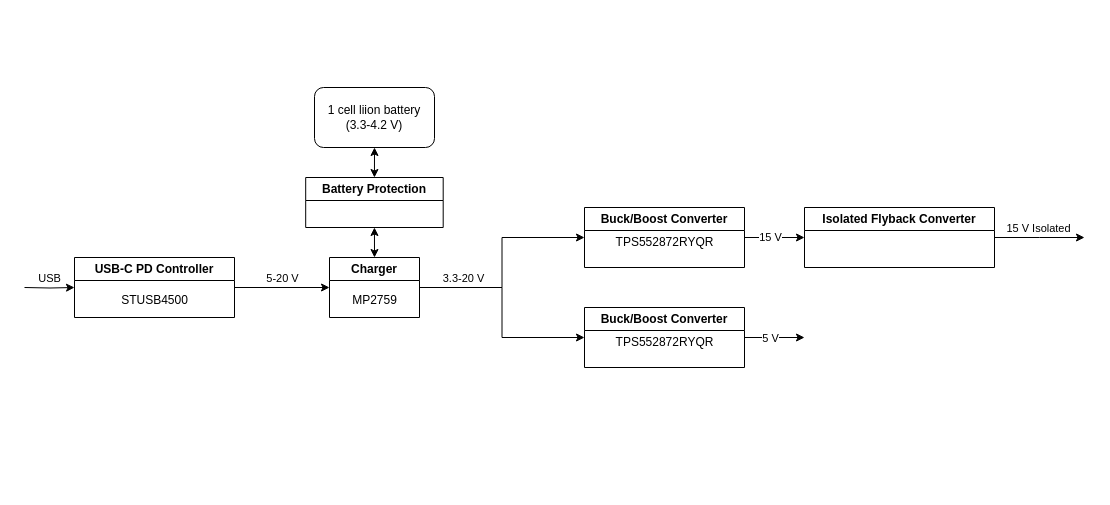
This is drawio/PSU.drawio from nicholasnloehrke/87s_research, a draw.io file, before an edit. Source tidied: cells renumbered, new cells numbered last; positions are measured from the earlier drawing's top-left corner, leaving out a move shared by most shapes. Both pictures are drawn from the tidied source at 100%, with x=0, y=0 at pixel (24, 87).
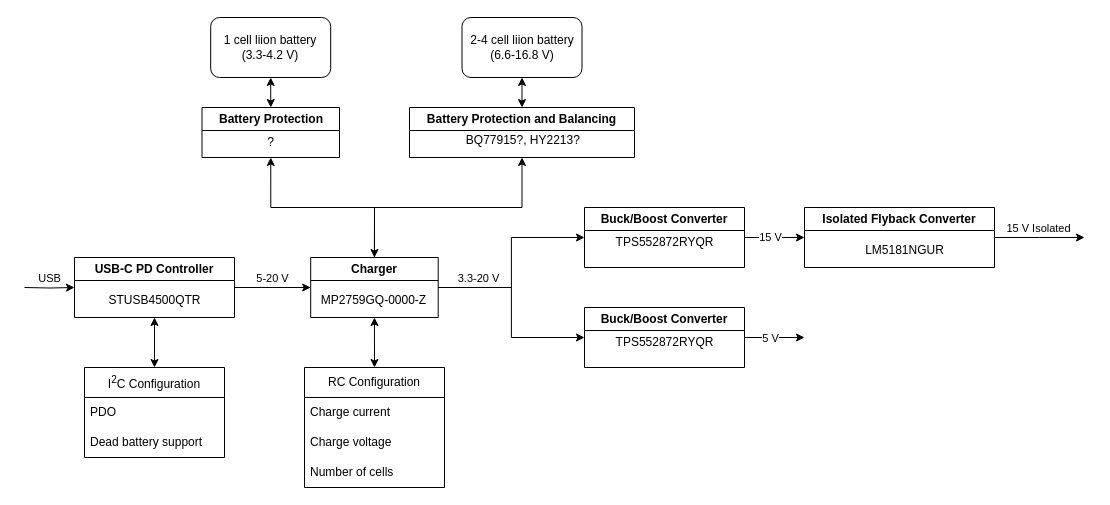
The same diagram, later.

Unchanged cells that the change refers to:
```xml
<mxCell id="6" value="USB-C PD Controller" style="swimlane;whiteSpace=wrap;html=1;" parent="1" vertex="1">
  <mxGeometry x="50" y="170" width="160" height="60" as="geometry" />
</mxCell>
```

The edit, as a diff of the source:
```diff
@@
-    <mxCell id="7" value="&lt;span style=&quot;text-wrap: wrap;&quot;&gt;STUSB4500&lt;/span&gt;" style="text;html=1;align=center;verticalAlign=middle;strokeColor=none;fillColor=none;" parent="6" vertex="1">
-      <mxGeometry x="35" y="28" width="90" height="30" as="geometry" />
+    <mxCell id="7" value="&lt;span style=&quot;text-wrap: wrap;&quot;&gt;STUSB4500QTR&lt;/span&gt;" style="text;html=1;align=center;verticalAlign=middle;strokeColor=none;fillColor=none;" parent="6" vertex="1">
+      <mxGeometry x="20" y="28" width="120" height="30" as="geometry" />
     </mxCell>
@@
+    <mxCell id="14" style="edgeStyle=orthogonalEdgeStyle;rounded=0;jettySize=auto;html=1;entryX=0.5;entryY=1;entryDx=0;entryDy=0;" parent="1" edge="1" source="11" target="13">
+      <mxGeometry relative="1" as="geometry" />
+    </mxCell>
+    <mxCell id="28" style="edgeStyle=orthogonalEdgeStyle;rounded=0;jettySize=auto;html=1;exitX=0.5;exitY=0;exitDx=0;exitDy=0;entryX=0.5;entryY=1;entryDx=0;entryDy=0;" parent="1" edge="1" source="11" target="30">
+      <mxGeometry relative="1" as="geometry" />
+    </mxCell>
     <mxCell id="11" value="Charger" style="swimlane;whiteSpace=wrap;html=1;" parent="1" vertex="1">
-      <mxGeometry x="305" y="170" width="90" height="60" as="geometry" />
+      <mxGeometry x="286.2" y="170" width="127.5" height="60" as="geometry" />
     </mxCell>
+    <mxCell id="27" value="MP2759GQ-0000-Z" style="text;html=1;align=center;verticalAlign=middle;strokeColor=none;fillColor=none;" parent="11" vertex="1">
+      <mxGeometry x="-2.5" y="28" width="130" height="30" as="geometry" />
+    </mxCell>
     <mxCell id="12" value="1 cell liion battery&lt;div&gt;(3.3-4.2 V)&lt;/div&gt;" style="rounded=1;whiteSpace=wrap;html=1;" parent="1" vertex="1">
-      <mxGeometry x="290" width="120" height="60" as="geometry" />
+      <mxGeometry x="186.2" y="-70" width="120" height="60" as="geometry" />
     </mxCell>
     <mxCell id="13" value="Battery Protection" style="swimlane;whiteSpace=wrap;html=1;" parent="1" vertex="1">
-      <mxGeometry x="281.2" y="90" width="137.5" height="50" as="geometry" />
+      <mxGeometry x="177.5" y="20" width="137.5" height="50" as="geometry" />
     </mxCell>
-    <mxCell id="14" style="endArrow=classic;startArrow=classic;html=1;rounded=0;entryX=0.5;entryY=1;entryDx=0;entryDy=0;exitX=0.5;exitY=0;exitDx=0;exitDy=0;" parent="1" edge="1" source="11" target="13">
-      <mxGeometry relative="1" as="geometry" />
-    </mxCell>
+    <mxCell id="29" value="?" style="text;html=1;align=center;verticalAlign=middle;strokeColor=none;fillColor=none;" parent="13" vertex="1">
+      <mxGeometry x="53.8" y="20" width="30" height="30" as="geometry" />
+    </mxCell>
@@
-    <mxCell id="27" value="MP2759" style="text;html=1;align=center;verticalAlign=middle;strokeColor=none;fillColor=none;" parent="1" vertex="1">
-      <mxGeometry x="315" y="198" width="70" height="30" as="geometry" />
-    </mxCell>
+    <mxCell id="30" value="Battery Protection and Balancing" style="swimlane;whiteSpace=wrap;html=1;" parent="1" vertex="1">
+      <mxGeometry x="385" y="20" width="225" height="50" as="geometry" />
+    </mxCell>
+    <mxCell id="31" value="2-4 cell liion battery&lt;div&gt;(6.6-16.8 V)&lt;/div&gt;" style="rounded=1;whiteSpace=wrap;html=1;" parent="1" vertex="1">
+      <mxGeometry x="437.5" y="-70" width="120" height="60" as="geometry" />
+    </mxCell>
+    <mxCell id="32" style="endArrow=classic;startArrow=classic;html=1;rounded=0;entryX=0.5;entryY=1;entryDx=0;entryDy=0;exitX=0.5;exitY=0;exitDx=0;exitDy=0;" parent="1" edge="1" source="30" target="31">
+      <mxGeometry relative="1" as="geometry" />
+    </mxCell>
+    <mxCell id="33" style="endArrow=classic;html=1;rounded=0;entryX=0.5;entryY=0;entryDx=0;entryDy=0;" parent="1" edge="1" target="11">
+      <mxGeometry relative="1" as="geometry">
+        <mxPoint x="350" y="120" as="sourcePoint" />
+      </mxGeometry>
+    </mxCell>
+    <mxCell id="34" style="endArrow=classic;startArrow=classic;html=1;rounded=0;entryX=0.5;entryY=1;entryDx=0;entryDy=0;" parent="1" edge="1" target="6">
+      <mxGeometry relative="1" as="geometry">
+        <mxPoint x="130" y="280" as="sourcePoint" />
+      </mxGeometry>
+    </mxCell>
+    <mxCell id="35" style="endArrow=classic;startArrow=classic;html=1;rounded=0;entryX=0.5;entryY=1;entryDx=0;entryDy=0;exitX=0.5;exitY=0;exitDx=0;exitDy=0;" parent="1" edge="1" source="36" target="11">
+      <mxGeometry relative="1" as="geometry" />
+    </mxCell>
+    <mxCell id="36" value="RC Configuration" style="swimlane;fontStyle=0;horizontal=1;startSize=30;whiteSpace=wrap;html=1;" parent="1" vertex="1">
+      <mxGeometry x="280" y="280" width="140" height="120" as="geometry" />
+    </mxCell>
+    <mxCell id="37" value="Charge current" style="text;strokeColor=none;fillColor=none;align=left;verticalAlign=middle;spacingLeft=4;spacingRight=4;overflow=hidden;whiteSpace=wrap;html=1;" parent="36" vertex="1">
+      <mxGeometry y="30" width="140" height="30" as="geometry" />
+    </mxCell>
+    <mxCell id="38" value="Charge voltage" style="text;strokeColor=none;fillColor=none;align=left;verticalAlign=middle;spacingLeft=4;spacingRight=4;overflow=hidden;whiteSpace=wrap;html=1;" parent="36" vertex="1">
+      <mxGeometry y="60" width="140" height="30" as="geometry" />
+    </mxCell>
+    <mxCell id="39" value="Number of cells" style="text;strokeColor=none;fillColor=none;align=left;verticalAlign=middle;spacingLeft=4;spacingRight=4;overflow=hidden;whiteSpace=wrap;html=1;" parent="36" vertex="1">
+      <mxGeometry y="90" width="140" height="30" as="geometry" />
+    </mxCell>
+    <mxCell id="40" value="I&lt;sup&gt;2&lt;/sup&gt;C Configuration" style="swimlane;fontStyle=0;horizontal=1;startSize=30;whiteSpace=wrap;html=1;" parent="1" vertex="1">
+      <mxGeometry x="60" y="280" width="140" height="90" as="geometry" />
+    </mxCell>
+    <mxCell id="41" value="PDO" style="text;strokeColor=none;fillColor=none;align=left;verticalAlign=middle;spacingLeft=4;spacingRight=4;overflow=hidden;whiteSpace=wrap;html=1;" parent="40" vertex="1">
+      <mxGeometry y="30" width="140" height="30" as="geometry" />
+    </mxCell>
+    <mxCell id="42" value="Dead battery support" style="text;strokeColor=none;fillColor=none;align=left;verticalAlign=middle;spacingLeft=4;spacingRight=4;overflow=hidden;whiteSpace=wrap;html=1;" parent="40" vertex="1">
+      <mxGeometry y="60" width="140" height="30" as="geometry" />
+    </mxCell>
+    <mxCell id="43" value="LM5181NGUR" style="text;html=1;align=center;verticalAlign=middle;strokeColor=none;fillColor=none;" parent="1" vertex="1">
+      <mxGeometry x="830" y="148" width="100" height="30" as="geometry" />
+    </mxCell>
+    <mxCell id="44" value="BQ77915?,&amp;nbsp;HY2213?&amp;nbsp;" style="text;html=1;align=center;verticalAlign=middle;strokeColor=none;fillColor=none;" parent="1" vertex="1">
+      <mxGeometry x="430" y="38" width="140" height="30" as="geometry" />
+    </mxCell>
```
